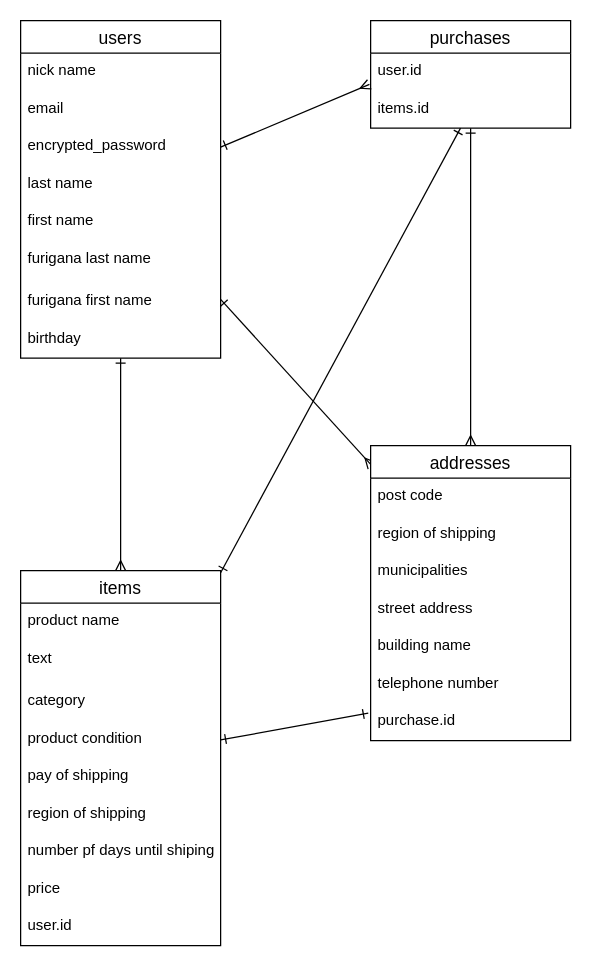
The draw.io diagram test.dio in taka0807/furima-39592, before the edit. Source tidied: cells renumbered, new cells numbered last; positions are measured from the earlier drawing's top-left corner, leaving out a move shared by most shapes. Both pictures are drawn from the tidied source at 125%, with x=0, y=0 at pixel (20, 20).
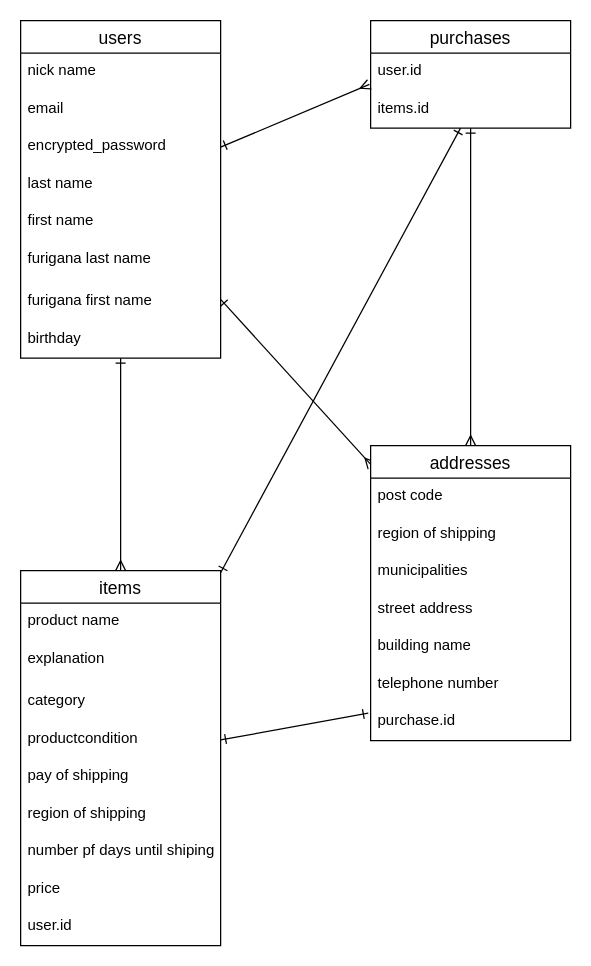
After the change.

Commit message:
ER図、REDAME修正（6回目）

Unchanged cells that the change refers to:
```xml
<mxCell id="16" value="items" style="swimlane;fontStyle=0;horizontal=1;startSize=26;align=center;fontSize=14;" parent="1" vertex="1">
  <mxGeometry y="440" width="160" height="300" as="geometry" />
</mxCell>
```

The edit, as a diff of the source:
```diff
@@
-    <mxCell id="18" value="text" style="text;strokeColor=none;fillColor=none;spacingLeft=4;spacingRight=4;overflow=hidden;fontSize=12;" parent="16" vertex="1">
+    <mxCell id="18" value="explanation" style="text;strokeColor=none;fillColor=none;spacingLeft=4;spacingRight=4;overflow=hidden;fontSize=12;" parent="16" vertex="1">
       <mxGeometry y="56" width="160" height="34" as="geometry" />
     </mxCell>
@@
-    <mxCell id="20" value="product condition" style="text;strokeColor=none;fillColor=none;spacingLeft=4;spacingRight=4;overflow=hidden;fontSize=12;" parent="16" vertex="1">
+    <mxCell id="20" value="productcondition" style="text;strokeColor=none;fillColor=none;spacingLeft=4;spacingRight=4;overflow=hidden;fontSize=12;" parent="16" vertex="1">
       <mxGeometry y="120" width="160" height="30" as="geometry" />
     </mxCell>
```
